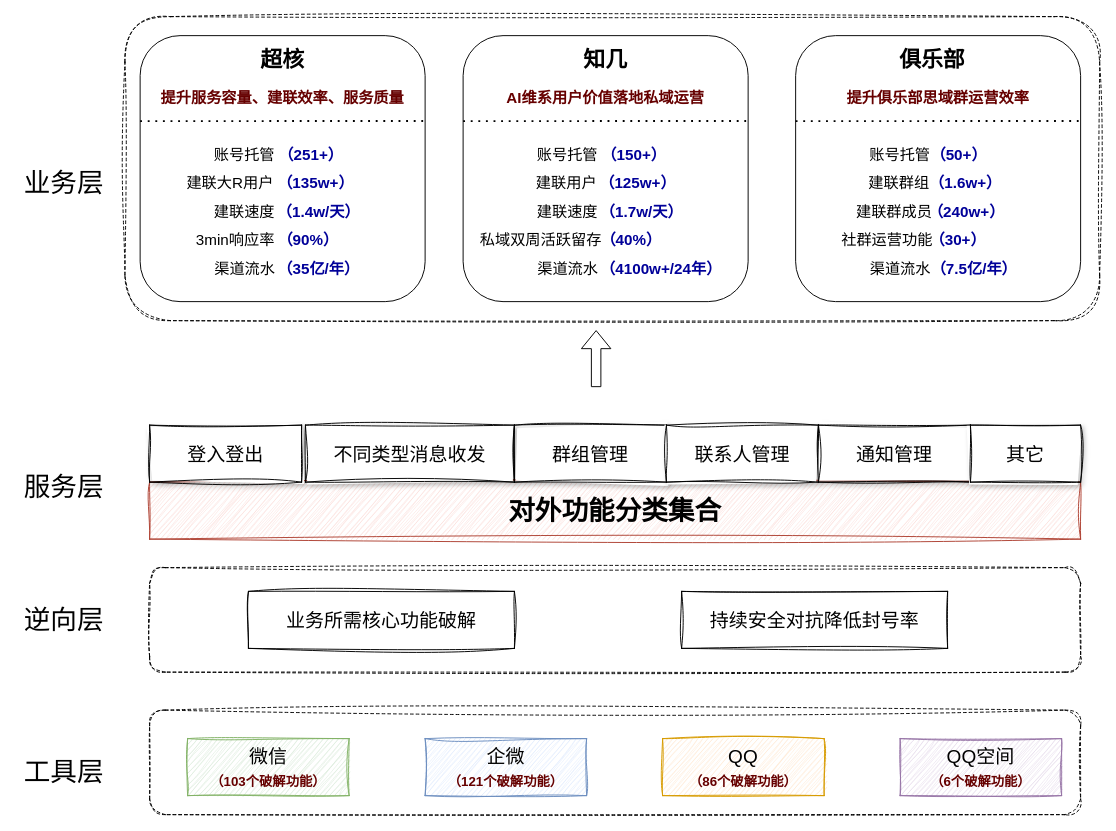
Before: 私域架构图.drawio in skindhu/9GAG, a draw.io diagram. Source tidied: cells renumbered, new cells numbered last; positions are measured from the earlier drawing's top-left corner, leaving out a move shared by most shapes. Both pictures are drawn from the tidied source at 95%, with x=0, y=0 at pixel (16, 16).
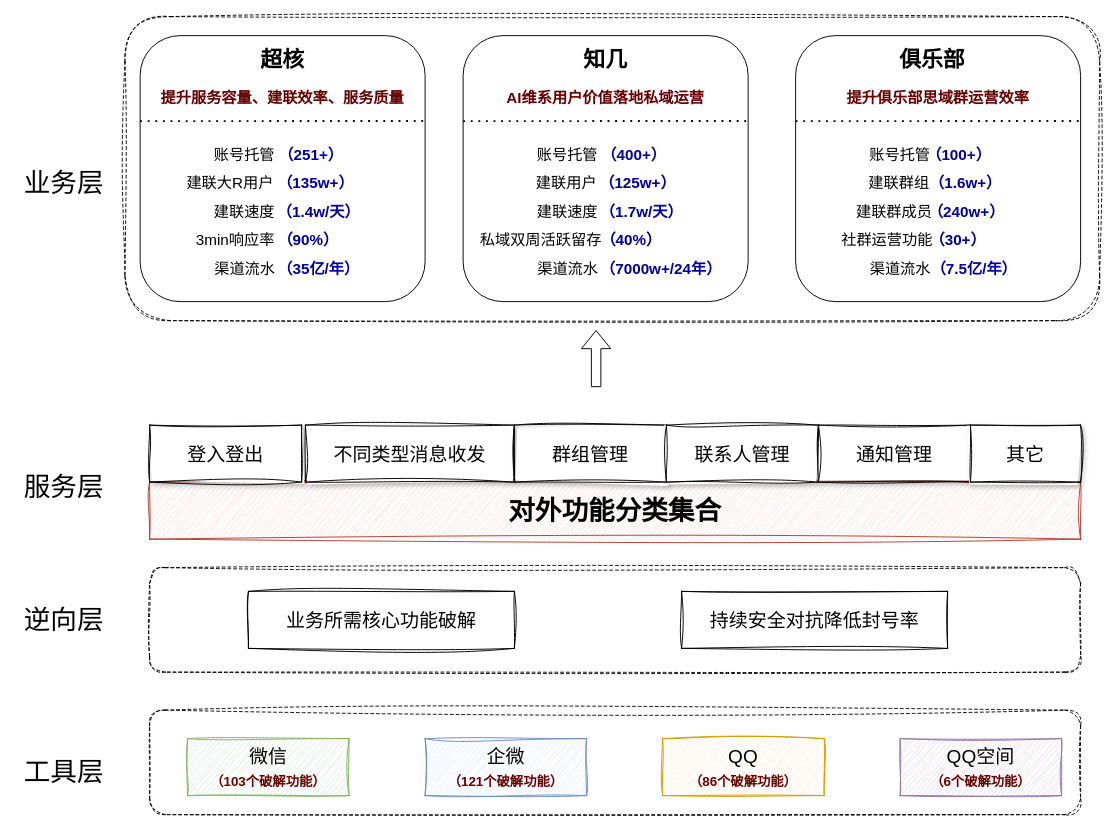
After the change.

Commit message:
更新私域架构图.drawio

The edit, as a diff of the source:
```diff
@@
-    <mxCell id="36" value="（150+）" style="text;html=1;align=center;verticalAlign=middle;whiteSpace=wrap;rounded=0;fontSize=16;fontColor=#000099;fontStyle=1;" parent="1" vertex="1">
+    <mxCell id="36" value="（400+）" style="text;html=1;align=center;verticalAlign=middle;whiteSpace=wrap;rounded=0;fontSize=16;fontColor=#000099;fontStyle=1;" parent="1" vertex="1">
       <mxGeometry x="610" y="130" width="80" height="30" as="geometry" />
     </mxCell>
@@
-    <mxCell id="44" value="（4100w+/24年）" style="text;html=1;align=center;verticalAlign=middle;whiteSpace=wrap;rounded=0;fontSize=16;fontColor=#000099;fontStyle=1;" parent="1" vertex="1">
+    <mxCell id="44" value="（7000w+/24年）" style="text;html=1;align=center;verticalAlign=middle;whiteSpace=wrap;rounded=0;fontSize=16;fontColor=#000099;fontStyle=1;" parent="1" vertex="1">
       <mxGeometry x="605" y="250" width="147" height="30" as="geometry" />
     </mxCell>
@@
-    <mxCell id="50" value="（50+）" style="text;html=1;align=center;verticalAlign=middle;whiteSpace=wrap;rounded=0;fontSize=16;fontColor=#000099;fontStyle=1;" parent="1" vertex="1">
+    <mxCell id="50" value="（100+）" style="text;html=1;align=center;verticalAlign=middle;whiteSpace=wrap;rounded=0;fontSize=16;fontColor=#000099;fontStyle=1;" parent="1" vertex="1">
       <mxGeometry x="952" y="130" width="80" height="30" as="geometry" />
     </mxCell>
```
